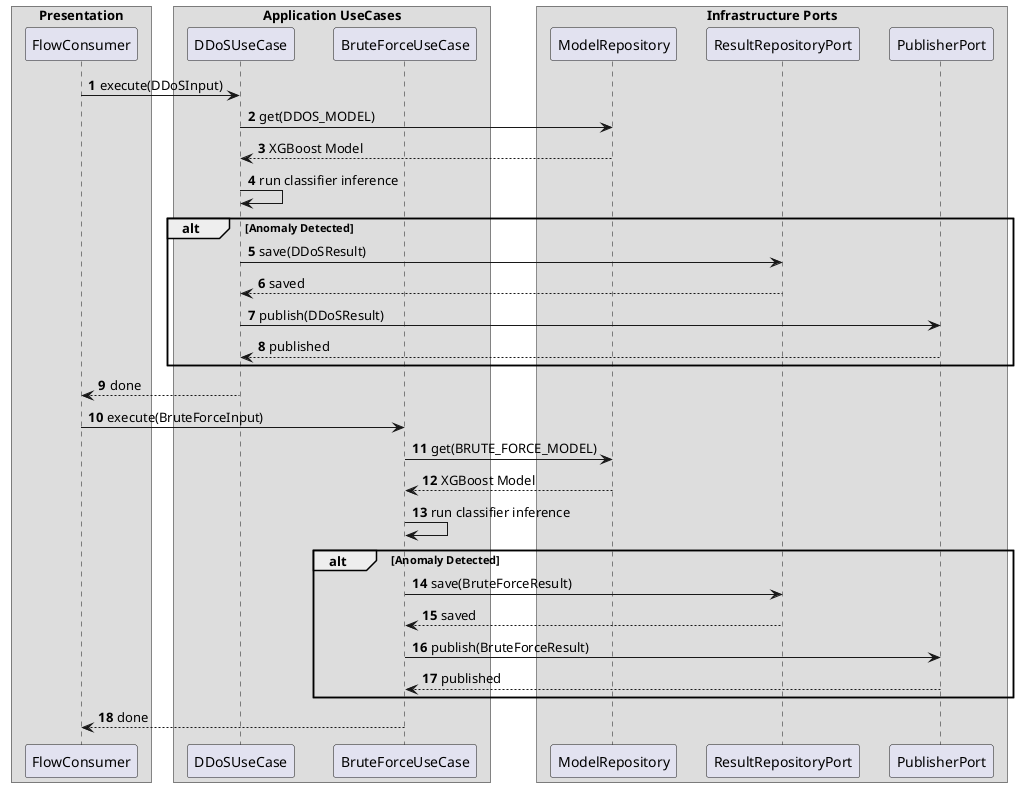
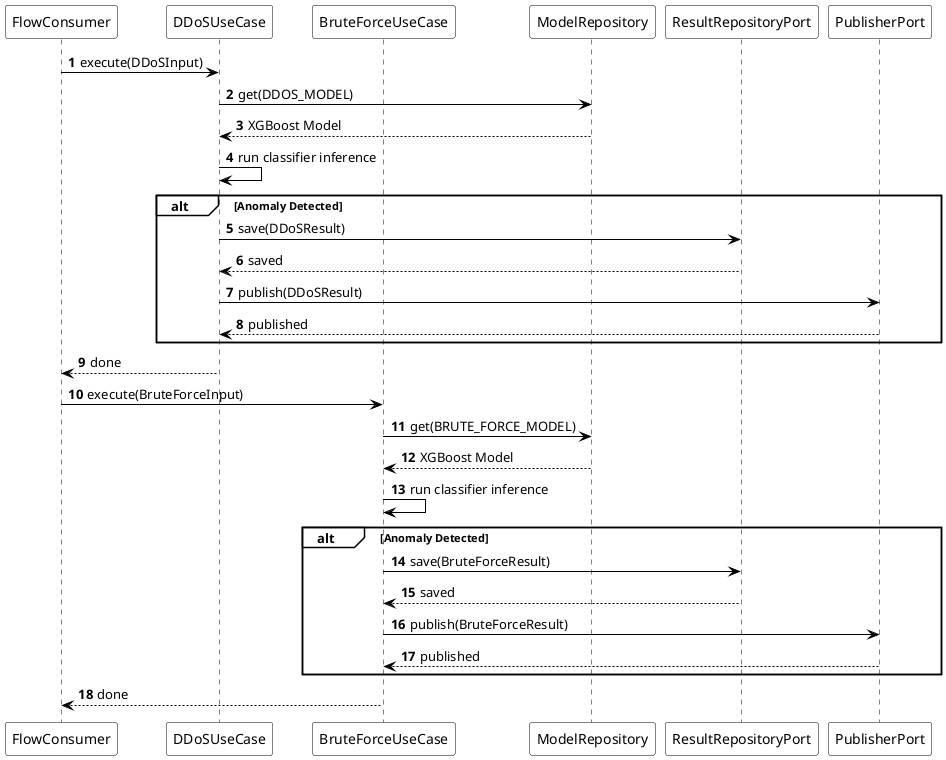
@startuml sequence-network-flow-uc2-uc4
autonumber
- skinparam BoxPadding 10
- skinparam ParticipantPadding 10
+ <style>
+ root {
+   BackgroundColor white
+   LineColor black
+   FontColor black
+ }
+ sequenceDiagram {
+   participant {
+     Padding 10
+   }
+ }
+ </style>

- box "Presentation"
participant "FlowConsumer" as Consumer
- end box
- 
- box "Application UseCases"
participant "DDoSUseCase" as DDoS_UC
participant "BruteForceUseCase" as BF_UC
- end box
- 
- box "Infrastructure Ports"
participant "ModelRepository" as ModelStore
participant "ResultRepositoryPort" as ResultRepo
participant "PublisherPort" as Publisher
- end box

Consumer -> DDoS_UC : execute(DDoSInput)
DDoS_UC -> ModelStore : get(DDOS_MODEL)
ModelStore --> DDoS_UC : XGBoost Model
DDoS_UC -> DDoS_UC : run classifier inference
alt Anomaly Detected
    DDoS_UC -> ResultRepo : save(DDoSResult)
    ResultRepo --> DDoS_UC : saved
    DDoS_UC -> Publisher : publish(DDoSResult)
    Publisher --> DDoS_UC : published
end
DDoS_UC --> Consumer : done

Consumer -> BF_UC : execute(BruteForceInput)
BF_UC -> ModelStore : get(BRUTE_FORCE_MODEL)
ModelStore --> BF_UC : XGBoost Model
BF_UC -> BF_UC : run classifier inference
alt Anomaly Detected
    BF_UC -> ResultRepo : save(BruteForceResult)
    ResultRepo --> BF_UC : saved
    BF_UC -> Publisher : publish(BruteForceResult)
    Publisher --> BF_UC : published
end
BF_UC --> Consumer : done

@enduml
